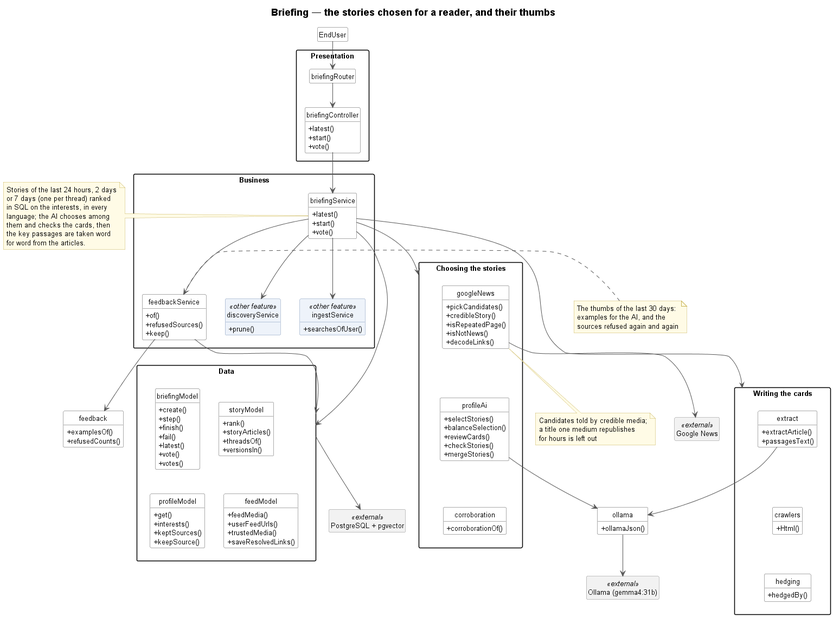
Earlier version of the PlantUML export docs/UML/sprint4/08-briefing.png (TPI2026-NewsGenerator/NewsGenerator-Backend).
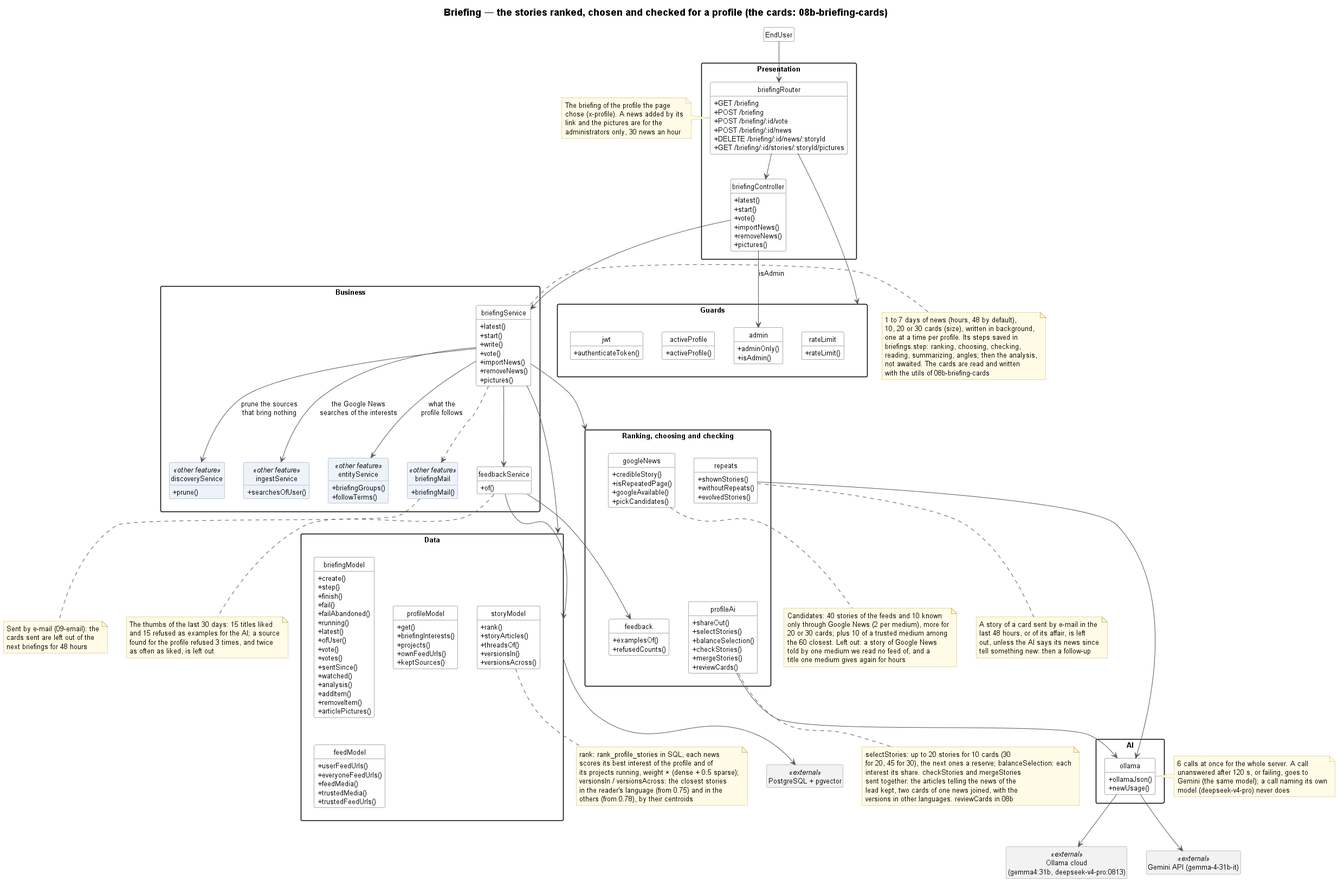
After the change.

Diff of the diagram source:
```diff
@@ -1,26 +1,59 @@
 @startuml 08-briefing
 !include _style.iuml
-title Briefing — the stories chosen for a reader, and their thumbs
+title Briefing — the stories ranked, chosen and checked for a profile (the cards: 08b-briefing-cards)
 
 class EndUser
 package "Presentation" {
-    class briefingRouter
+    class briefingRouter {
+        + GET /briefing
+        + POST /briefing
+        + POST /briefing/:id/vote
+        + POST /briefing/:id/news
+        + DELETE /briefing/:id/news/:storyId
+        + GET /briefing/:id/stories/:storyId/pictures
+    }
     class briefingController {
         + latest()
         + start()
         + vote()
+        + importNews()
+        + removeNews()
+        + pictures()
+    }
+}
+note left of briefingRouter
+    The briefing of the profile the page
+    chose (x-profile). A news added by its
+    link and the pictures are for the
+    administrators only, 30 news an hour
+end note
+package "Guards" as Guards {
+    class jwt {
+        + authenticateToken()
+    }
+    class activeProfile {
+        + activeProfile()
+    }
+    class admin {
+        + adminOnly()
+        + isAdmin()
+    }
+    class rateLimit {
+        + rateLimit()
     }
 }
 package "Business" {
     class briefingService {
         + latest()
         + start()
+        + write()
         + vote()
+        + importNews()
+        + removeNews()
+        + pictures()
     }
     class feedbackService {
         + of()
-        + refusedSources()
-        + keep()
     }
     class discoveryService <<other feature>> {
         + prune()
@@ -28,20 +61,33 @@
     class ingestService <<other feature>> {
         + searchesOfUser()
     }
+    class entityService <<other feature>> {
+        + briefingGroups()
+        + followTerms()
+    }
+    class briefingMail <<other feature>> {
+        + briefingMail()
+    }
 }
 note left of briefingService
-    Stories of the last 24 hours, 2 days
-    or 7 days (one per thread) ranked
-    in SQL on the interests, in every
-    language; the AI chooses among
-    them and checks the cards, then
-    the key passages are taken word
-    for word from the articles.
+    1 to 7 days of news (hours, 48 by default),
+    10, 20 or 30 cards (size), written in background,
+    one at a time per profile. Its steps saved in
+    briefings.step: ranking, choosing, checking,
+    reading, summarizing, angles; then the analysis,
+    not awaited. The cards are read and written
+    with the utils of 08b-briefing-cards
 end note
-note right of feedbackService
-    The thumbs of the last 30 days:
-    examples for the AI, and the
-    sources refused again and again
+note bottom of briefingMail
+    Sent by e-mail (09-email): the
+    cards sent are left out of the
+    next briefings for 48 hours
+end note
+note bottom of feedbackService
+    The thumbs of the last 30 days: 15 titles liked
+    and 15 refused as examples for the AI; a source
+    found for the profile refused 3 times, and twice
+    as often as liked, is left out
 end note
 package "Data" as Data {
     class briefingModel {
@@ -49,95 +95,134 @@
         + step()
         + finish()
         + fail()
+        + failAbandoned()
+        + running()
         + latest()
+        + ofUser()
         + vote()
         + votes()
+        + sentSince()
+        + watched()
+        + analysis()
+        + addItem()
+        + removeItem()
+        + articlePictures()
     }
     class storyModel {
         + rank()
         + storyArticles()
         + threadsOf()
         + versionsIn()
+        + versionsAcross()
     }
     class profileModel {
         + get()
-        + interests()
+        + briefingInterests()
+        + projects()
+        + ownFeedUrls()
         + keptSources()
-        + keepSource()
     }
     class feedModel {
+        + userFeedUrls()
+        + everyoneFeedUrls()
         + feedMedia()
-        + userFeedUrls()
         + trustedMedia()
-        + saveResolvedLinks()
+        + trustedFeedUrls()
     }
 }
-package "Choosing the stories" as Choosing {
+note bottom of storyModel
+    rank: rank_profile_stories in SQL, each news
+    scores its best interest of the profile and of
+    its projects running, weight × (dense + 0.5 sparse);
+    versionsIn / versionsAcross: the closest stories
+    in the reader's language (from 0.75) and in the
+    others (from 0.78), by their centroids
+end note
+package "Ranking, choosing and checking" as Choosing {
     class googleNews {
-        + pickCandidates()
         + credibleStory()
         + isRepeatedPage()
-        + isNotNews()
-        + decodeLinks()
+        + googleAvailable()
+        + pickCandidates()
+    }
+    class repeats {
+        + shownStories()
+        + withoutRepeats()
+        + evolvedStories()
+    }
+    class feedback {
+        + examplesOf()
+        + refusedCounts()
     }
     class profileAi {
+        + shareOut()
         + selectStories()
         + balanceSelection()
-        + reviewCards()
         + checkStories()
         + mergeStories()
-    }
-    class corroboration {
-        + corroborationOf()
+        + reviewCards()
     }
 }
 note bottom of googleNews
-    Candidates told by credible media;
-    a title one medium republishes
-    for hours is left out
+    Candidates: 40 stories of the feeds and 10 known
+    only through Google News (2 per medium), more for
+    20 or 30 cards; plus 10 of a trusted medium among
+    the 60 closest. Left out: a story of Google News
+    told by one medium we read no feed of, and a
+    title one medium gives again for hours
 end note
-package "Writing the cards" as Writing {
-    class extract {
-        + extractArticle()
-        + passagesText()
-    }
-    class crawlers {
-        + Html()
-    }
-    class hedging {
-        + hedgedBy()
+note bottom of repeats
+    A story of a card sent by e-mail in the
+    last 48 hours, or of its affair, is left
+    out, unless the AI says its news since
+    tell something new: then a follow-up
+end note
+note bottom of profileAi
+    selectStories: up to 20 stories for 10 cards (30
+    for 20, 45 for 30), the next ones a reserve; balanceSelection: each
+    interest its share. checkStories and mergeStories
+    sent together: the articles telling the news of the
+    lead kept, two cards of one news joined, with the
+    versions in other languages. reviewCards in 08b
+end note
+package "AI" as AiPackage {
+    class ollama {
+        + ollamaJson()
+        + newUsage()
     }
 }
-class feedback {
-    + examplesOf()
-    + refusedCounts()
-}
-class ollama {
-    + ollamaJson()
-}
-class "Ollama (gemma4:31b)" as Ollama <<external>>
-class "Google News" as GoogleNewsApi <<external>>
+note left of ollama
+    6 calls at once for the whole server. A call
+    unanswered after 120 s, or failing, goes to
+    Gemini (the same model); a call naming its own
+    model (deepseek-v4-pro) never does
+end note
+class "Ollama cloud\n(gemma4:31b, deepseek-v4-pro:0813)" as OllamaCloud <<external>>
+class "Gemini API (gemma-4-31b-it)" as Gemini <<external>>
 class "PostgreSQL + pgvector" as PostgreSQL <<external>>
 
-googleNews -[hidden]down- profileAi
-profileAi -[hidden]down- corroboration
-extract -[hidden]down- crawlers
-crawlers -[hidden]down- hedging
-
 EndUser --> briefingRouter
+briefingRouter --> Guards
 briefingRouter --> briefingController
 briefingController --> briefingService
+briefingController --> admin : isAdmin
 briefingService --> feedbackService
-briefingService --> discoveryService
-briefingService --> ingestService
+briefingService --> discoveryService : prune the sources\nthat bring nothing
+briefingService --> ingestService : the Google News\nsearches of the interests
+briefingService --> entityService : what the\nprofile follows
+briefingService ..> briefingMail
+briefingService --> Choosing
 briefingService --> Data
-briefingService --> Choosing
-briefingService --> Writing
 feedbackService --> feedback
 feedbackService --> Data
+googleNews -[hidden]down- feedback
+jwt -[hidden]right- activeProfile
+activeProfile -[hidden]right- admin
+admin -[hidden]right- rateLimit
+repeats -[hidden]down- profileAi
+repeats --> ollama
 profileAi --> ollama
-extract --> ollama
-ollama --> Ollama
-googleNews --> GoogleNewsApi
+ollama --> OllamaCloud
+ollama --> Gemini
 Data --> PostgreSQL
 @enduml
```
